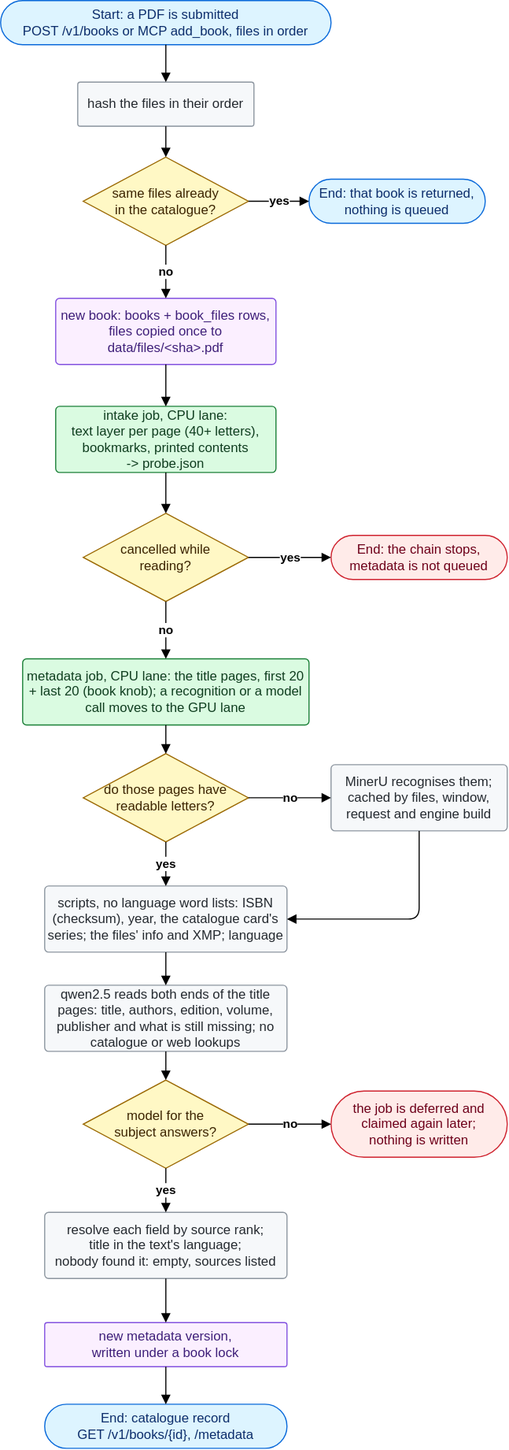
Before: docs/diagrams/intake.drawio.svg, a diagram exported from draw.io (rikitikitav1/ocr-lab). Source tidied: cells renumbered, new cells last; positions are measured from the earlier drawing's top-left corner, leaving out a move shared by most shapes. Source of this version:
```xml
<mxGraphModel>
  <root>
    <mxCell id="0" />
    <mxCell id="1" parent="0" />
    <mxCell id="2" value="Start: a PDF is submitted&lt;br&gt;POST /v1/books or MCP add_book, files in order" style="html=1;whiteSpace=wrap;fontSize=12;fillColor=light-dark(#DDF4FF,#132339);strokeColor=light-dark(#0969DA,#4493F8);fontColor=light-dark(#0C2D6B,#C6E6FF);rounded=1;arcSize=50;" parent="1" vertex="1">
      <mxGeometry width="300" height="40" as="geometry" />
    </mxCell>
    <mxCell id="3" value="hash the files in their order" style="html=1;whiteSpace=wrap;fontSize=12;fillColor=light-dark(#F6F8FA,#161B22);strokeColor=light-dark(#8C959F,#6E7681);fontColor=light-dark(#24292F,#E6EDF3);rounded=1;arcSize=6;" parent="1" vertex="1">
      <mxGeometry x="70" y="74" width="160" height="40" as="geometry" />
    </mxCell>
    <mxCell id="4" value="same files already&lt;br&gt;in the catalogue?" style="html=1;whiteSpace=wrap;fontSize=12;fillColor=light-dark(#FFF8C5,#272115);strokeColor=light-dark(#9A6700,#BB8009);fontColor=light-dark(#3B2300,#F8E3A1);rhombus;" parent="1" vertex="1">
      <mxGeometry x="75" y="142" width="150" height="80" as="geometry" />
    </mxCell>
    <mxCell id="5" value="End: that book is returned,&lt;br&gt;nothing is queued" style="html=1;whiteSpace=wrap;fontSize=12;fillColor=light-dark(#DDF4FF,#132339);strokeColor=light-dark(#0969DA,#4493F8);fontColor=light-dark(#0C2D6B,#C6E6FF);rounded=1;arcSize=50;" parent="1" vertex="1">
      <mxGeometry x="280" y="162" width="160" height="40" as="geometry" />
    </mxCell>
    <mxCell id="6" value="new book: books + book_files rows,&lt;br&gt;files copied once to data/files/&amp;lt;sha&amp;gt;.pdf" style="html=1;whiteSpace=wrap;fontSize=12;fillColor=light-dark(#FBEFFF,#221A33);strokeColor=light-dark(#8250DF,#A371F7);fontColor=light-dark(#3E1F79,#E2C5FF);rounded=1;arcSize=6;" parent="1" vertex="1">
      <mxGeometry x="50" y="270" width="200" height="60" as="geometry" />
    </mxCell>
    <mxCell id="7" value="intake job, CPU lane:&lt;br&gt;text layer per page (40+ letters),&lt;br&gt;bookmarks, printed contents&lt;br&gt;-&amp;gt; probe.json" style="html=1;whiteSpace=wrap;fontSize=12;fillColor=light-dark(#DAFBE1,#12261E);strokeColor=light-dark(#1A7F37,#3FB950);fontColor=light-dark(#0F3D1F,#AFF5B4);rounded=1;arcSize=6;" parent="1" vertex="1">
      <mxGeometry x="50" y="368" width="200" height="60" as="geometry" />
    </mxCell>
    <mxCell id="8" value="cancelled while&lt;br&gt;reading?" style="html=1;whiteSpace=wrap;fontSize=12;fillColor=light-dark(#FFF8C5,#272115);strokeColor=light-dark(#9A6700,#BB8009);fontColor=light-dark(#3B2300,#F8E3A1);rhombus;" parent="1" vertex="1">
      <mxGeometry x="75" y="465" width="150" height="80" as="geometry" />
    </mxCell>
    <mxCell id="9" value="End: the chain stops,&lt;br&gt;metadata is not queued" style="html=1;whiteSpace=wrap;fontSize=12;fillColor=light-dark(#FFEBE9,#2D1517);strokeColor=light-dark(#CF222E,#F85149);fontColor=light-dark(#6E011A,#FFC1C0);rounded=1;arcSize=50;" parent="1" vertex="1">
      <mxGeometry x="300" y="485" width="160" height="40" as="geometry" />
    </mxCell>
    <mxCell id="10" value="metadata job, CPU lane: the title pages, first 20 + last 20 (book knob); a recognition or a model call moves to the GPU lane" style="html=1;whiteSpace=wrap;fontSize=12;fillColor=light-dark(#DAFBE1,#12261E);strokeColor=light-dark(#1A7F37,#3FB950);fontColor=light-dark(#0F3D1F,#AFF5B4);rounded=1;arcSize=6;" parent="1" vertex="1">
      <mxGeometry x="20" y="597" width="260" height="60" as="geometry" />
    </mxCell>
    <mxCell id="11" value="do those pages have readable letters?" style="html=1;whiteSpace=wrap;fontSize=12;fillColor=light-dark(#FFF8C5,#272115);strokeColor=light-dark(#9A6700,#BB8009);fontColor=light-dark(#3B2300,#F8E3A1);rhombus;" parent="1" vertex="1">
      <mxGeometry x="75" y="683" width="150" height="80" as="geometry" />
    </mxCell>
    <mxCell id="12" value="MinerU recognises them;&lt;br&gt;cached by files, window,&lt;br&gt;request and engine build" style="html=1;whiteSpace=wrap;fontSize=12;fillColor=light-dark(#F6F8FA,#161B22);strokeColor=light-dark(#8C959F,#6E7681);fontColor=light-dark(#24292F,#E6EDF3);rounded=1;arcSize=6;" parent="1" vertex="1">
      <mxGeometry x="300" y="693" width="160" height="60" as="geometry" />
    </mxCell>
    <mxCell id="13" value="scripts, no language word lists: ISBN (checksum), year, the catalogue card's series; the files' info and XMP; language" style="html=1;whiteSpace=wrap;fontSize=12;fillColor=light-dark(#F6F8FA,#161B22);strokeColor=light-dark(#8C959F,#6E7681);fontColor=light-dark(#24292F,#E6EDF3);rounded=1;arcSize=6;" parent="1" vertex="1">
      <mxGeometry x="40" y="803" width="220" height="60" as="geometry" />
    </mxCell>
    <mxCell id="14" value="qwen2.5 reads both ends of the title pages: title, authors, edition, volume, publisher and what is still missing; no catalogue or web lookups" style="html=1;whiteSpace=wrap;fontSize=12;fillColor=light-dark(#F6F8FA,#161B22);strokeColor=light-dark(#8C959F,#6E7681);fontColor=light-dark(#24292F,#E6EDF3);rounded=1;arcSize=6;" parent="1" vertex="1">
      <mxGeometry x="40" y="893" width="220" height="60" as="geometry" />
    </mxCell>
    <mxCell id="15" value="model for the&lt;br&gt;subject answers?" style="html=1;whiteSpace=wrap;fontSize=12;fillColor=light-dark(#FFF8C5,#272115);strokeColor=light-dark(#9A6700,#BB8009);fontColor=light-dark(#3B2300,#F8E3A1);rhombus;" parent="1" vertex="1">
      <mxGeometry x="75" y="979" width="150" height="80" as="geometry" />
    </mxCell>
    <mxCell id="16" value="the job is deferred and&lt;br&gt;claimed again later;&lt;br&gt;nothing is written" style="html=1;whiteSpace=wrap;fontSize=12;fillColor=light-dark(#FFEBE9,#2D1517);strokeColor=light-dark(#CF222E,#F85149);fontColor=light-dark(#6E011A,#FFC1C0);rounded=1;arcSize=50;" parent="1" vertex="1">
      <mxGeometry x="300" y="989" width="160" height="60" as="geometry" />
    </mxCell>
    <mxCell id="17" value="resolve each field by source rank;&lt;br&gt;title in the text&amp;#x27;s language;&lt;br&gt;nobody found it: empty, sources listed" style="html=1;whiteSpace=wrap;fontSize=12;fillColor=light-dark(#F6F8FA,#161B22);strokeColor=light-dark(#8C959F,#6E7681);fontColor=light-dark(#24292F,#E6EDF3);rounded=1;arcSize=6;" parent="1" vertex="1">
      <mxGeometry x="40" y="1099" width="220" height="60" as="geometry" />
    </mxCell>
    <mxCell id="18" value="new metadata version,&lt;br&gt;written under a book lock" style="html=1;whiteSpace=wrap;fontSize=12;fillColor=light-dark(#FBEFFF,#221A33);strokeColor=light-dark(#8250DF,#A371F7);fontColor=light-dark(#3E1F79,#E2C5FF);rounded=1;arcSize=6;" parent="1" vertex="1">
      <mxGeometry x="40" y="1199" width="220" height="40" as="geometry" />
    </mxCell>
    <mxCell id="19" value="End: catalogue record&lt;br&gt;GET /v1/books/{id}, /metadata" style="html=1;whiteSpace=wrap;fontSize=12;fillColor=light-dark(#DDF4FF,#132339);strokeColor=light-dark(#0969DA,#4493F8);fontColor=light-dark(#0C2D6B,#C6E6FF);rounded=1;arcSize=50;" parent="1" vertex="1">
      <mxGeometry x="40" y="1273" width="220" height="40" as="geometry" />
    </mxCell>
    <mxCell id="20" style="edgeStyle=orthogonalEdgeStyle;html=1;endArrow=block;endFill=1;fontStyle=1;fontSize=11;exitX=0.5;exitY=1;entryX=0.5;entryY=0;" parent="1" edge="1" source="2" target="3">
      <mxGeometry relative="1" as="geometry" />
    </mxCell>
    <mxCell id="21" style="edgeStyle=orthogonalEdgeStyle;html=1;endArrow=block;endFill=1;fontStyle=1;fontSize=11;exitX=0.5;exitY=1;entryX=0.5;entryY=0;" parent="1" edge="1" source="3" target="4">
      <mxGeometry relative="1" as="geometry" />
    </mxCell>
    <mxCell id="22" value="yes" style="edgeStyle=orthogonalEdgeStyle;html=1;endArrow=block;endFill=1;fontStyle=1;fontSize=11;exitX=1;exitY=0.5;entryX=0;entryY=0.5;" parent="1" edge="1" source="4" target="5">
      <mxGeometry relative="1" as="geometry" />
    </mxCell>
    <mxCell id="23" value="no" style="edgeStyle=orthogonalEdgeStyle;html=1;endArrow=block;endFill=1;fontStyle=1;fontSize=11;exitX=0.5;exitY=1;entryX=0.5;entryY=0;" parent="1" edge="1" source="4" target="6">
      <mxGeometry relative="1" as="geometry" />
    </mxCell>
    <mxCell id="24" style="edgeStyle=orthogonalEdgeStyle;html=1;endArrow=block;endFill=1;fontStyle=1;fontSize=11;exitX=0.5;exitY=1;entryX=0.5;entryY=0;" parent="1" edge="1" source="6" target="7">
      <mxGeometry relative="1" as="geometry" />
    </mxCell>
    <mxCell id="25" style="edgeStyle=orthogonalEdgeStyle;html=1;endArrow=block;endFill=1;fontStyle=1;fontSize=11;exitX=0.5;exitY=1;entryX=0.5;entryY=0;" parent="1" edge="1" source="7" target="8">
      <mxGeometry relative="1" as="geometry" />
    </mxCell>
    <mxCell id="26" value="yes" style="edgeStyle=orthogonalEdgeStyle;html=1;endArrow=block;endFill=1;fontStyle=1;fontSize=11;exitX=1;exitY=0.5;entryX=0;entryY=0.5;" parent="1" edge="1" source="8" target="9">
      <mxGeometry relative="1" as="geometry" />
    </mxCell>
    <mxCell id="27" value="no" style="edgeStyle=orthogonalEdgeStyle;html=1;endArrow=block;endFill=1;fontStyle=1;fontSize=11;exitX=0.5;exitY=1;entryX=0.5;entryY=0;" parent="1" edge="1" source="8" target="10">
      <mxGeometry relative="1" as="geometry" />
    </mxCell>
    <mxCell id="28" style="edgeStyle=orthogonalEdgeStyle;html=1;endArrow=block;endFill=1;fontStyle=1;fontSize=11;exitX=0.5;exitY=1;entryX=0.5;entryY=0;exitDx=0;exitDy=0;" parent="1" edge="1" source="10" target="11">
      <mxGeometry relative="1" as="geometry" />
    </mxCell>
    <mxCell id="29" value="no" style="edgeStyle=orthogonalEdgeStyle;html=1;endArrow=block;endFill=1;fontStyle=1;fontSize=11;exitX=1;exitY=0.5;entryX=0;entryY=0.5;" parent="1" edge="1" source="11" target="12">
      <mxGeometry relative="1" as="geometry" />
    </mxCell>
    <mxCell id="30" value="yes" style="edgeStyle=orthogonalEdgeStyle;html=1;endArrow=block;endFill=1;fontStyle=1;fontSize=11;exitX=0.5;exitY=1;entryX=0.5;entryY=0;" parent="1" edge="1" source="11" target="13">
      <mxGeometry relative="1" as="geometry" />
    </mxCell>
    <mxCell id="31" style="edgeStyle=orthogonalEdgeStyle;html=1;endArrow=block;endFill=1;fontStyle=1;fontSize=11;exitX=0.5;exitY=1;entryX=1;entryY=0.5;" parent="1" edge="1" source="12" target="13">
      <mxGeometry relative="1" as="geometry" />
    </mxCell>
    <mxCell id="32" style="edgeStyle=orthogonalEdgeStyle;html=1;endArrow=block;endFill=1;fontStyle=1;fontSize=11;exitX=0.5;exitY=1;entryX=0.5;entryY=0;" parent="1" edge="1" source="13" target="14">
      <mxGeometry relative="1" as="geometry" />
    </mxCell>
    <mxCell id="33" style="edgeStyle=orthogonalEdgeStyle;html=1;endArrow=block;endFill=1;fontStyle=1;fontSize=11;exitX=0.5;exitY=1;entryX=0.5;entryY=0;exitDx=0;exitDy=0;" parent="1" edge="1" source="14" target="15">
      <mxGeometry relative="1" as="geometry" />
    </mxCell>
    <mxCell id="34" value="no" style="edgeStyle=orthogonalEdgeStyle;html=1;endArrow=block;endFill=1;fontStyle=1;fontSize=11;exitX=1;exitY=0.5;entryX=0;entryY=0.5;" parent="1" edge="1" source="15" target="16">
      <mxGeometry relative="1" as="geometry" />
    </mxCell>
    <mxCell id="35" value="yes" style="edgeStyle=orthogonalEdgeStyle;html=1;endArrow=block;endFill=1;fontStyle=1;fontSize=11;exitX=0.5;exitY=1;entryX=0.5;entryY=0;" parent="1" edge="1" source="15" target="17">
      <mxGeometry relative="1" as="geometry" />
    </mxCell>
    <mxCell id="36" style="edgeStyle=orthogonalEdgeStyle;html=1;endArrow=block;endFill=1;fontStyle=1;fontSize=11;exitX=0.5;exitY=1;entryX=0.5;entryY=0;" parent="1" edge="1" source="17" target="18">
      <mxGeometry relative="1" as="geometry" />
    </mxCell>
    <mxCell id="37" style="edgeStyle=orthogonalEdgeStyle;html=1;endArrow=block;endFill=1;fontStyle=1;fontSize=11;exitX=0.5;exitY=1;entryX=0.5;entryY=0;" parent="1" edge="1" source="18" target="19">
      <mxGeometry relative="1" as="geometry" />
    </mxCell>
  </root>
</mxGraphModel>
```
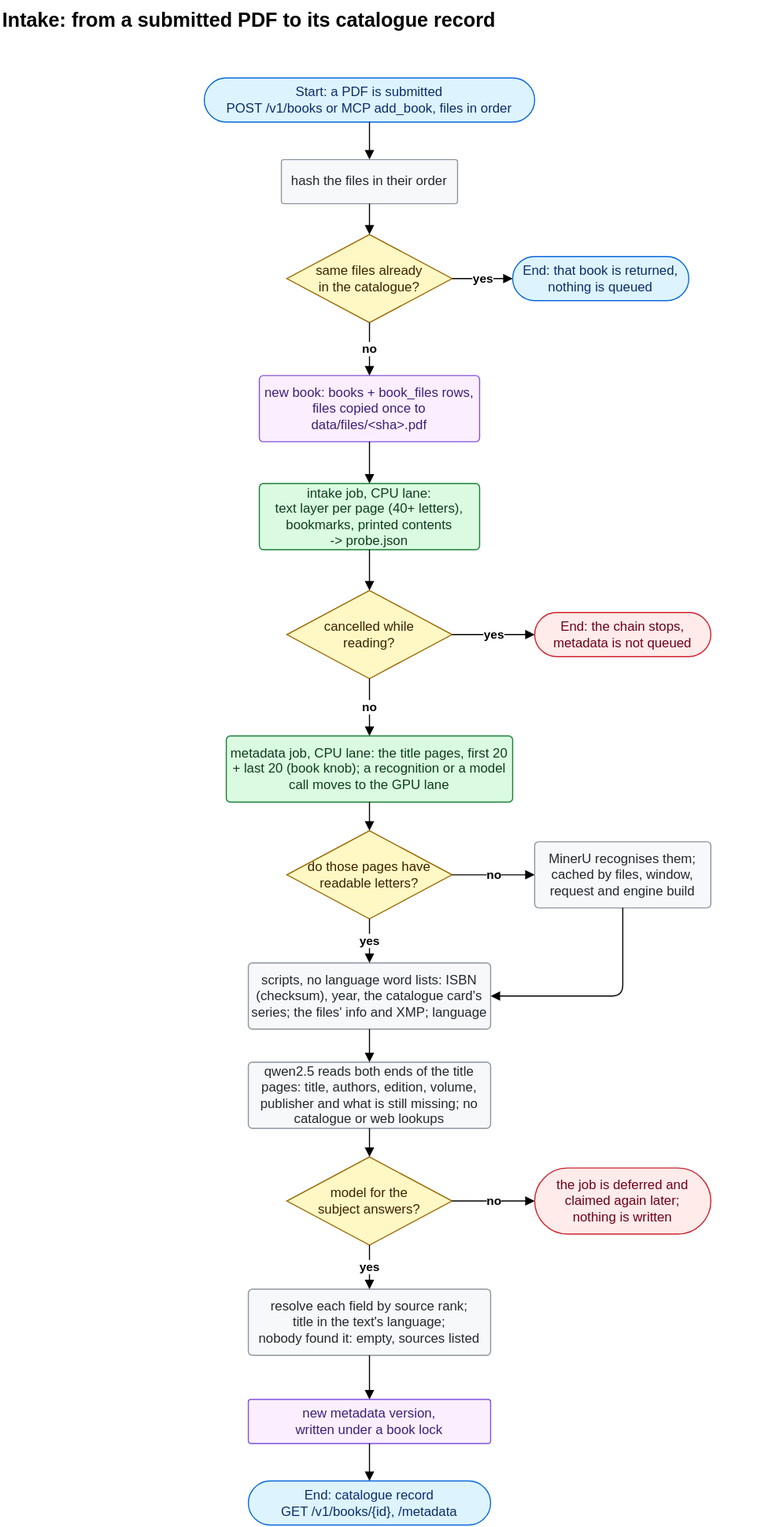
The same diagram one commit later.

Change to the diagram source:
```diff
@@ -2,6 +2,9 @@
   <root>
     <mxCell id="0" />
     <mxCell id="1" parent="0" />
+    <mxCell id="38" value="Intake: from a submitted PDF to its catalogue record" style="text;html=0;fontSize=18;fontStyle=1;align=left;" parent="1" vertex="1">
+      <mxGeometry x="-185" y="-70" width="700" height="30" as="geometry" />
+    </mxCell>
     <mxCell id="2" value="Start: a PDF is submitted&lt;br&gt;POST /v1/books or MCP add_book, files in order" style="html=1;whiteSpace=wrap;fontSize=12;fillColor=light-dark(#DDF4FF,#132339);strokeColor=light-dark(#0969DA,#4493F8);fontColor=light-dark(#0C2D6B,#C6E6FF);rounded=1;arcSize=50;" parent="1" vertex="1">
       <mxGeometry width="300" height="40" as="geometry" />
     </mxCell>
```
